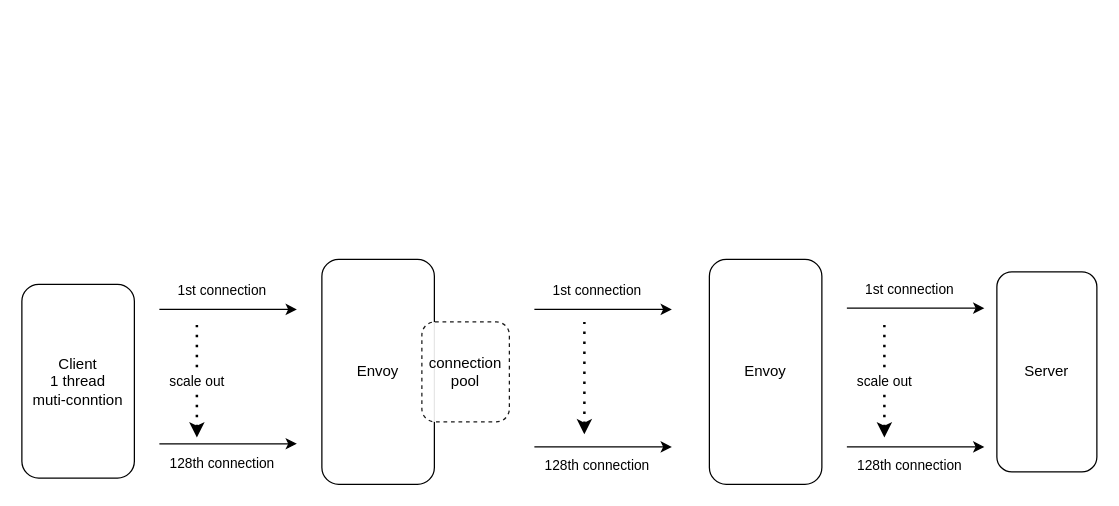
xu1zhou/Documents keeps this draw.io diagram as istio_dataflow/connection.drawio. Above is the earlier version. Source tidied: cells renumbered, new cells numbered last; positions are measured from the earlier drawing's top-left corner, leaving out a move shared by most shapes. Both pictures are drawn from the tidied source at 125%, with x=0, y=0 at pixel (21, 259).
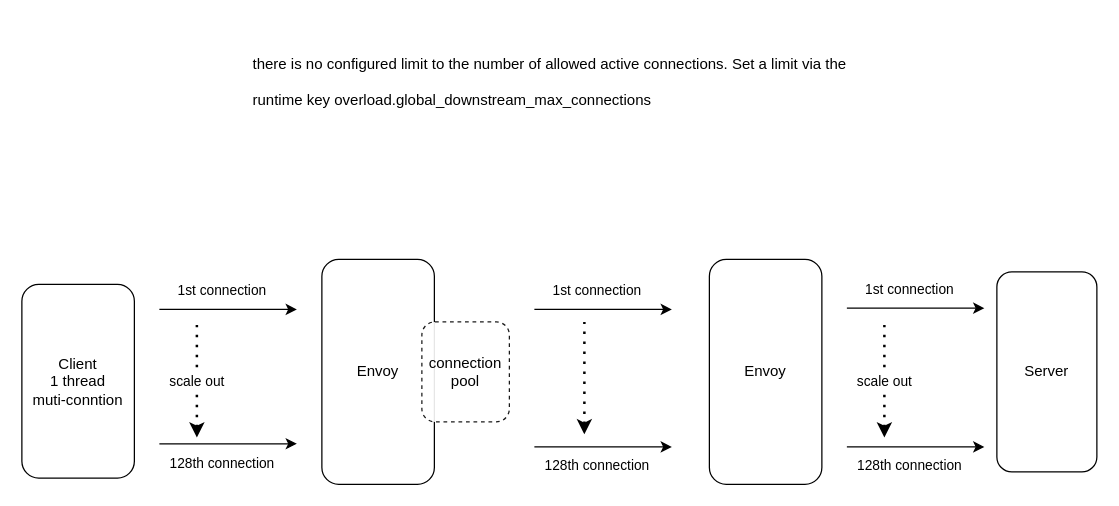
Above is the later version.

The edit, as a diff of the source:
```diff
@@
+    <mxCell id="16" value="&lt;h1&gt;&lt;span style=&quot;font-size: 12px ; font-weight: normal&quot;&gt;there is no configured limit to the number of allowed active connections. Set a limit via the runtime key overload.global_downstream_max_connections&lt;/span&gt;&lt;br&gt;&lt;/h1&gt;" style="text;html=1;strokeColor=none;fillColor=none;spacing=5;spacingTop=-20;whiteSpace=wrap;overflow=hidden;rounded=0;dashed=1;opacity=0;" parent="1" vertex="1">
+      <mxGeometry x="180" y="-180" width="510" height="120" as="geometry" />
+    </mxCell>
```
